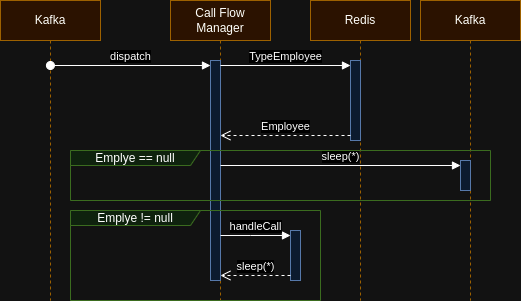
Before: image/call_manager-Page-2.drawio.png, a diagram exported from draw.io (PsyBrainy/call-flow-manager). Source tidied: cells renumbered, new cells last; positions are measured from the earlier drawing's top-left corner, leaving out a move shared by most shapes.
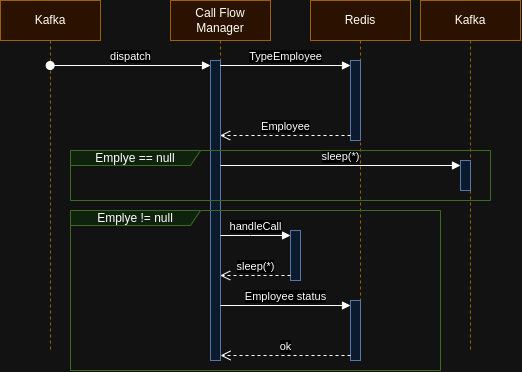
After the change.

Commit message:
feat(DOC): add secuense digram

Diff of the diagram source:
```diff
@@ -3,22 +3,25 @@
     <mxCell id="0" />
     <mxCell id="1" parent="0" />
     <mxCell id="2" value="Kafka" style="shape=umlLifeline;perimeter=lifelinePerimeter;whiteSpace=wrap;html=1;outlineConnect=0;portConstraint=eastwest;newEdgeStyle={&quot;curved&quot;:0,&quot;rounded&quot;:0};fillColor=#ffe6cc;strokeColor=#d79b00;" parent="1" vertex="1">
-      <mxGeometry width="100" height="300" as="geometry" />
+      <mxGeometry width="100" height="350" as="geometry" />
     </mxCell>
     <mxCell id="3" value="Call Flow Manager" style="shape=umlLifeline;perimeter=lifelinePerimeter;whiteSpace=wrap;html=1;outlineConnect=0;portConstraint=eastwest;newEdgeStyle={&quot;curved&quot;:0,&quot;rounded&quot;:0};fillColor=#ffe6cc;strokeColor=#d79b00;" parent="1" vertex="1">
-      <mxGeometry x="170" width="100" height="300" as="geometry" />
+      <mxGeometry x="170" width="100" height="360" as="geometry" />
     </mxCell>
     <mxCell id="4" style="html=1;points=[[0,0,0,0,5],[0,1,0,0,-5],[1,0,0,0,5],[1,1,0,0,-5]];perimeter=orthogonalPerimeter;outlineConnect=0;targetShapes=umlLifeline;portConstraint=eastwest;newEdgeStyle={&quot;curved&quot;:0,&quot;rounded&quot;:0};fillColor=#dae8fc;strokeColor=#6c8ebf;" parent="3" vertex="1">
-      <mxGeometry x="40" y="60" width="10" height="220" as="geometry" />
+      <mxGeometry x="40" y="60" width="10" height="300" as="geometry" />
     </mxCell>
     <mxCell id="5" value="Redis" style="shape=umlLifeline;perimeter=lifelinePerimeter;whiteSpace=wrap;html=1;newEdgeStyle={&quot;curved&quot;:0,&quot;rounded&quot;:0};fillColor=#ffe6cc;strokeColor=#d79b00;" parent="1" vertex="1">
-      <mxGeometry x="310" width="100" height="300" as="geometry" />
+      <mxGeometry x="310" width="100" height="360" as="geometry" />
     </mxCell>
     <mxCell id="6" style="html=1;points=[[0,0,0,0,5],[0,1,0,0,-5],[1,0,0,0,5],[1,1,0,0,-5]];perimeter=orthogonalPerimeter;outlineConnect=0;targetShapes=umlLifeline;portConstraint=eastwest;newEdgeStyle={&quot;curved&quot;:0,&quot;rounded&quot;:0};fillColor=#dae8fc;strokeColor=#6c8ebf;" parent="5" vertex="1">
       <mxGeometry x="40" y="60" width="10" height="80" as="geometry" />
     </mxCell>
+    <mxCell id="18" style="html=1;points=[[0,0,0,0,5],[0,1,0,0,-5],[1,0,0,0,5],[1,1,0,0,-5]];perimeter=orthogonalPerimeter;outlineConnect=0;targetShapes=umlLifeline;portConstraint=eastwest;newEdgeStyle={&quot;curved&quot;:0,&quot;rounded&quot;:0};fillColor=#dae8fc;strokeColor=#6c8ebf;" parent="5" vertex="1">
+      <mxGeometry x="40" y="300" width="10" height="60" as="geometry" />
+    </mxCell>
     <mxCell id="7" value="Kafka" style="shape=umlLifeline;perimeter=lifelinePerimeter;whiteSpace=wrap;html=1;newEdgeStyle={&quot;curved&quot;:0,&quot;rounded&quot;:0};fillColor=#ffe6cc;strokeColor=#d79b00;" parent="1" vertex="1">
-      <mxGeometry x="420" width="100" height="300" as="geometry" />
+      <mxGeometry x="420" width="100" height="350" as="geometry" />
     </mxCell>
     <mxCell id="8" style="html=1;points=[[0,0,0,0,5],[0,1,0,0,-5],[1,0,0,0,5],[1,1,0,0,-5]];perimeter=orthogonalPerimeter;outlineConnect=0;targetShapes=umlLifeline;portConstraint=eastwest;newEdgeStyle={&quot;curved&quot;:0,&quot;rounded&quot;:0};fillColor=#dae8fc;strokeColor=#6c8ebf;" parent="7" vertex="1">
       <mxGeometry x="40" y="160" width="10" height="30" as="geometry" />
@@ -39,7 +42,7 @@
       <mxGeometry x="70" y="150" width="420" height="50" as="geometry" />
     </mxCell>
     <mxCell id="14" value="Emplye != null" style="shape=umlFrame;whiteSpace=wrap;html=1;width=130;height=15;fillColor=#d5e8d4;strokeColor=#82b366;" parent="1" vertex="1">
-      <mxGeometry x="70" y="210" width="250" height="90" as="geometry" />
+      <mxGeometry x="70" y="210" width="370" height="160" as="geometry" />
     </mxCell>
     <mxCell id="15" style="html=1;points=[[0,0,0,0,5],[0,1,0,0,-5],[1,0,0,0,5],[1,1,0,0,-5]];perimeter=orthogonalPerimeter;outlineConnect=0;targetShapes=umlLifeline;portConstraint=eastwest;newEdgeStyle={&quot;curved&quot;:0,&quot;rounded&quot;:0};fillColor=#dae8fc;strokeColor=#6c8ebf;" parent="1" vertex="1">
       <mxGeometry x="290" y="230" width="10" height="50" as="geometry" />
@@ -54,5 +57,11 @@
     <mxCell id="17" value="sleep(*)" style="html=1;verticalAlign=bottom;endArrow=open;dashed=1;endSize=8;curved=0;rounded=0;exitX=0;exitY=1;exitDx=0;exitDy=-5;" parent="1" edge="1" source="15" target="3">
       <mxGeometry relative="1" as="geometry" />
     </mxCell>
+    <mxCell id="19" value="Employee status" style="html=1;verticalAlign=bottom;endArrow=block;curved=0;rounded=0;entryX=0;entryY=0;entryDx=0;entryDy=5;" parent="1" edge="1" source="4" target="18">
+      <mxGeometry relative="1" as="geometry" />
+    </mxCell>
+    <mxCell id="20" value="ok" style="html=1;verticalAlign=bottom;endArrow=open;dashed=1;endSize=8;curved=0;rounded=0;exitX=0;exitY=1;exitDx=0;exitDy=-5;" parent="1" edge="1" source="18" target="4">
+      <mxGeometry relative="1" as="geometry" />
+    </mxCell>
   </root>
 </mxGraphModel>
```
